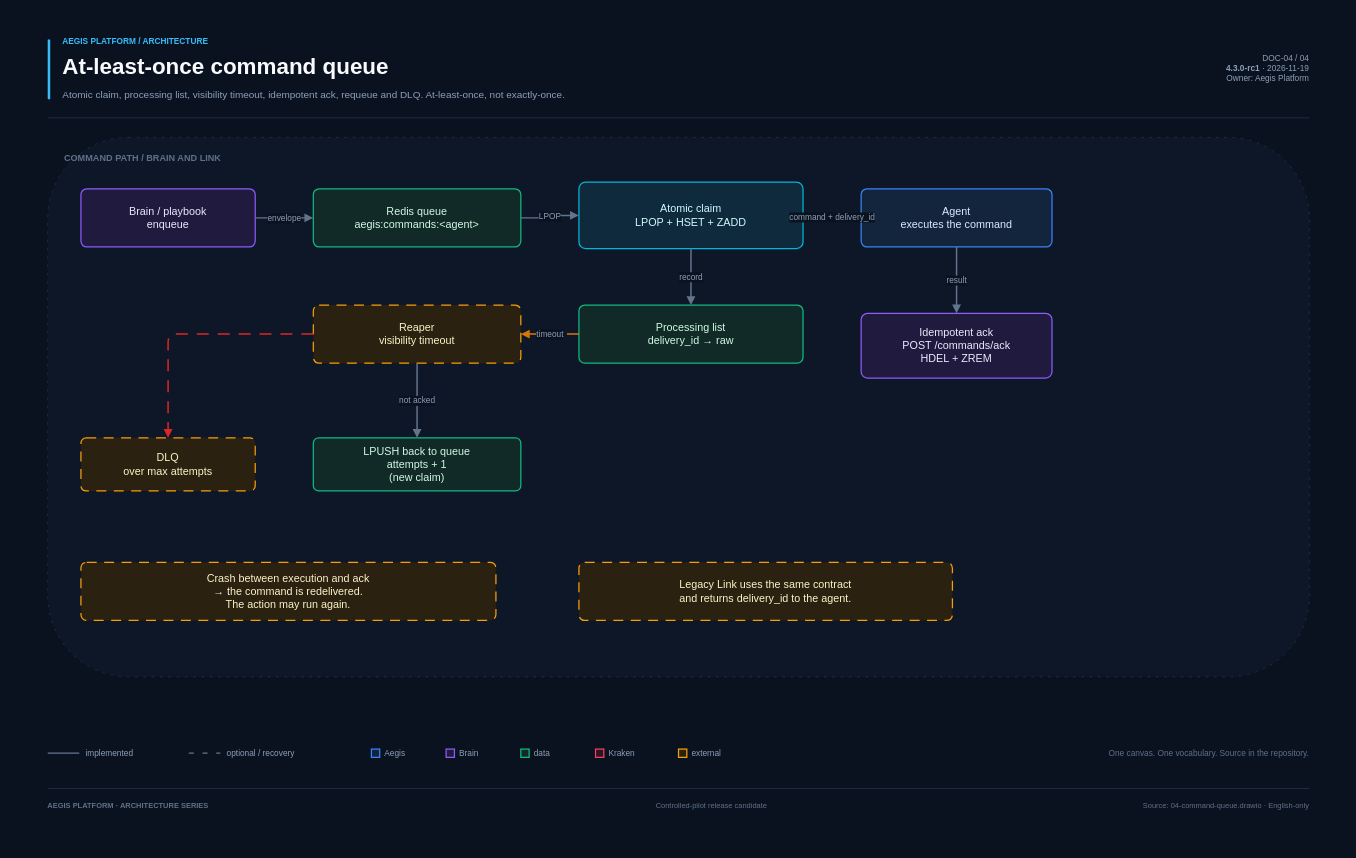
Earlier version of the draw.io diagram docs/diagrams/04-command-queue.drawio (Terminalkid09/aegis-ecosystem). Source tidied: cells renumbered, new cells numbered last; positions are measured from the earlier drawing's top-left corner, leaving out a move shared by most shapes. Both pictures are drawn from the tidied source at 83%, with x=0, y=0 at pixel (14, 14).
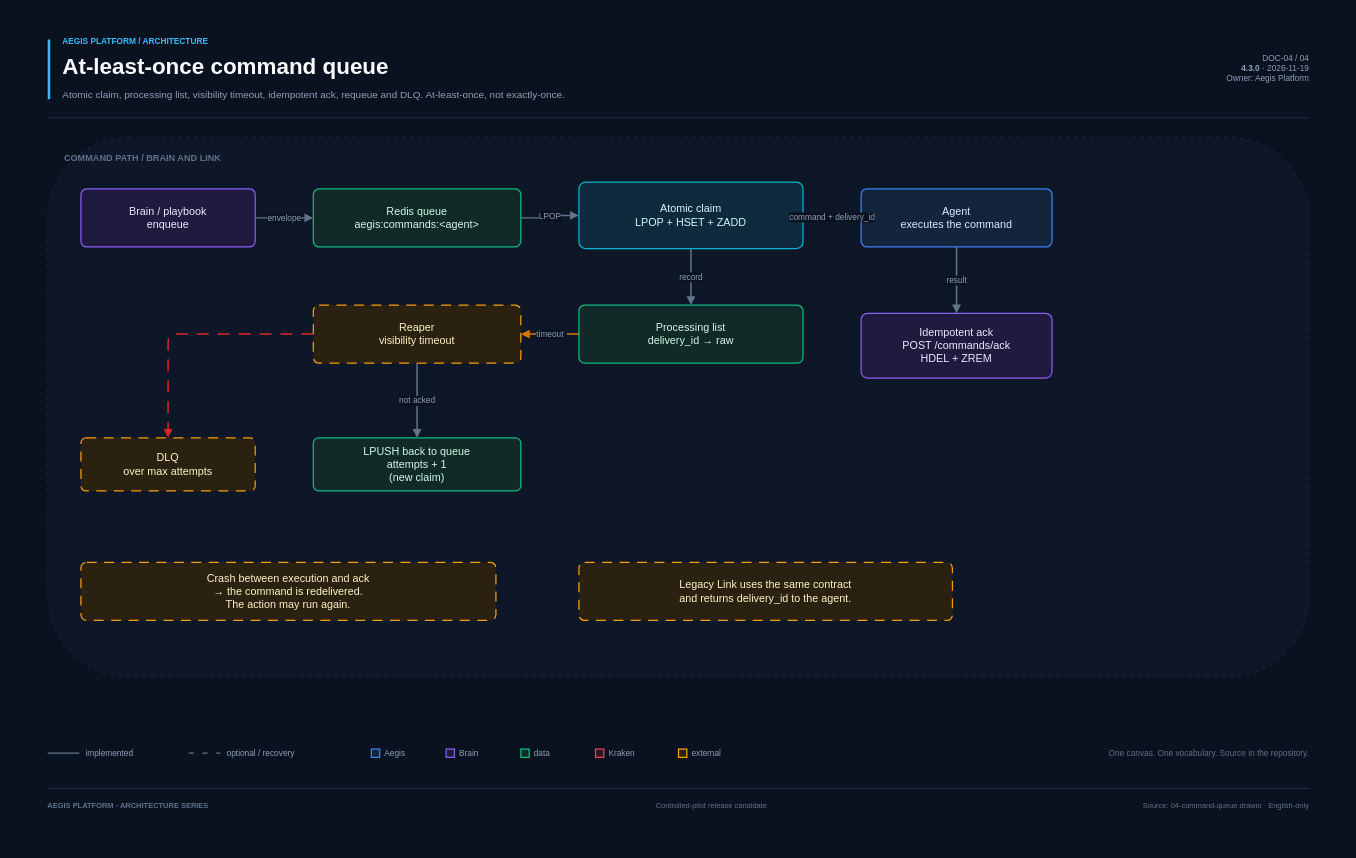
The same diagram, later.

Diff of the diagram source:
```diff
@@
-    <mxCell id="8" value="DOC-04  /  04&lt;br/&gt;&lt;b&gt;4.3.0-rc1&lt;/b&gt;  ·  2026-11-19&lt;br/&gt;Owner: Aegis Platform" style="text;html=1;strokeColor=none;fillColor=none;align=right;verticalAlign=middle;fontSize=10;fontColor=#8CA0B8;whiteSpace=wrap;fontFamily=Helvetica;spacing=0;" parent="1" vertex="1">
+    <mxCell id="8" value="DOC-04  /  04&lt;br/&gt;&lt;b&gt;4.3.0&lt;/b&gt;  ·  2026-11-19&lt;br/&gt;Owner: Aegis Platform" style="text;html=1;strokeColor=none;fillColor=none;align=right;verticalAlign=middle;fontSize=10;fontColor=#8CA0B8;whiteSpace=wrap;fontFamily=Helvetica;spacing=0;" parent="1" vertex="1">
       <mxGeometry x="1180" y="31" width="380" height="65" as="geometry" />
     </mxCell>
```
